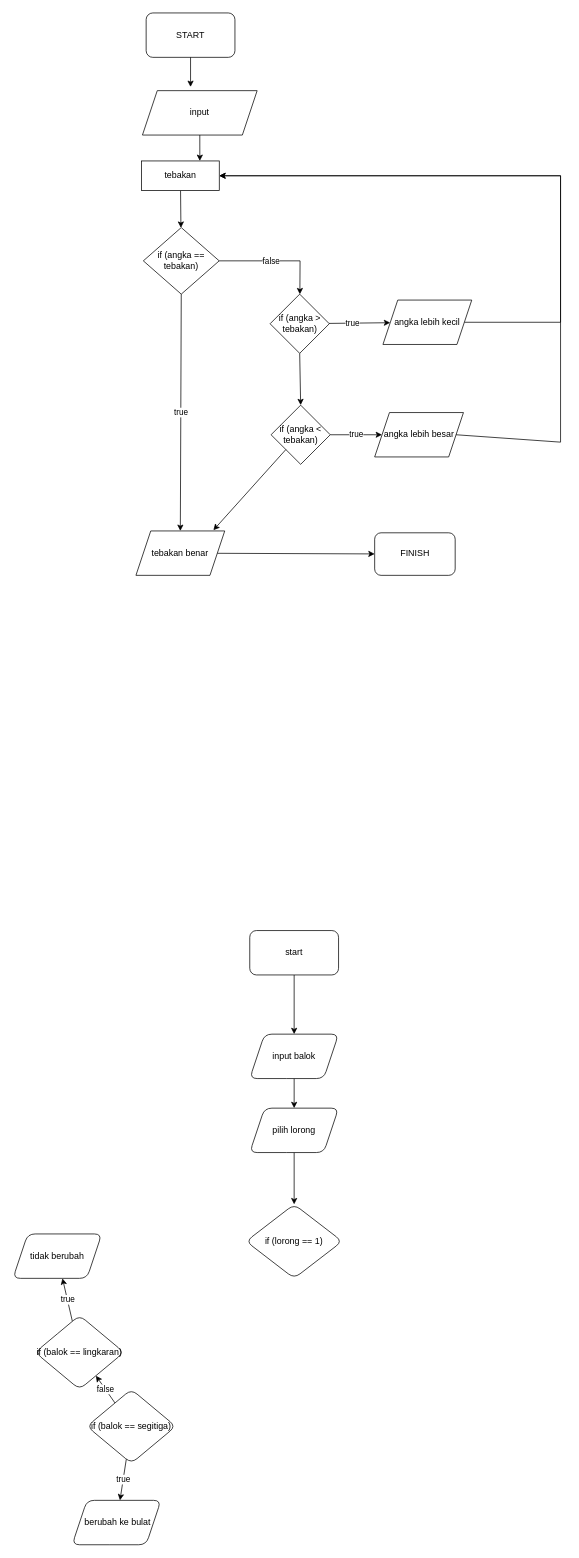
Above: Diagram Tanpa Judul.drawio in ubptr/PBO_A_22241007 (draw.io), before the change. Source tidied: cells renumbered, new cells numbered last; positions are measured from the earlier drawing's top-left corner, leaving out a move shared by most shapes. Both pictures are drawn from the tidied source at 74%, with x=0, y=0 at pixel (13, 13).
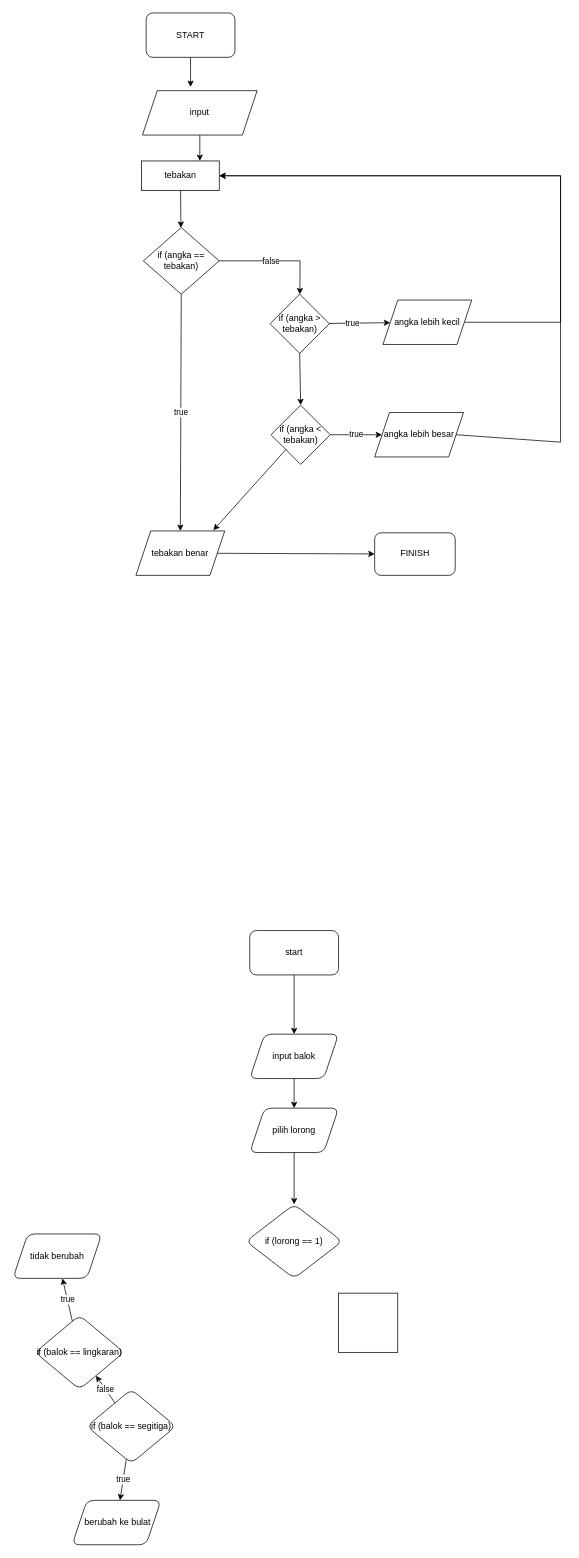
The same diagram, later.

The edit, as a diff of the source:
```diff
@@
+    <mxCell id="41" style="whiteSpace=wrap;html=1;" parent="1" vertex="1">
+      <mxGeometry x="440" y="1730" width="80" height="80" as="geometry" />
+    </mxCell>
```
